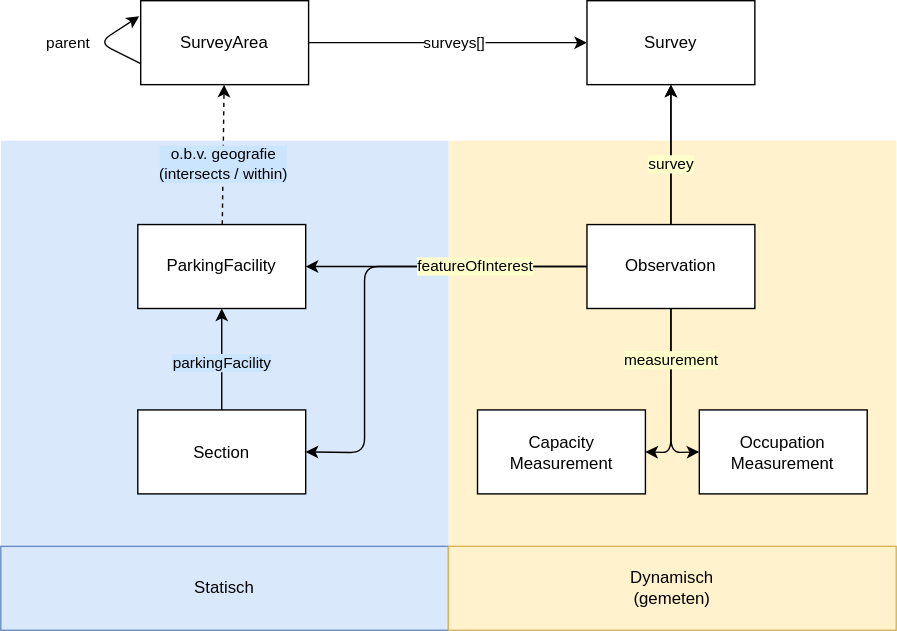
Stichting-CROW/datastandaard-fietsparkeren keeps this draw.io diagram as docs/im/assets/objecten.drawio.svg. Above is the earlier version. Source tidied: cells renumbered, new cells last; positions are measured from the earlier drawing's top-left corner, leaving out a move shared by most shapes. Its diagram source:
```xml
<mxGraphModel>
  <root>
    <mxCell id="0" />
    <mxCell id="1" parent="0" />
    <mxCell id="2" style="rounded=0;whiteSpace=wrap;html=1;labelBackgroundColor=#FFFFFF;fillColor=#fff2cc;strokeColor=none;" parent="1" vertex="1">
      <mxGeometry x="320" y="100" width="320" height="350" as="geometry" />
    </mxCell>
    <mxCell id="3" style="edgeStyle=none;html=1;labelBackgroundColor=#FFFFCC;entryX=1;entryY=0.5;entryDx=0;entryDy=0;" parent="1" edge="1" source="16" target="28">
      <mxGeometry relative="1" as="geometry">
        <Array as="points">
          <mxPoint x="479" y="323" />
        </Array>
      </mxGeometry>
    </mxCell>
    <mxCell id="4" style="rounded=0;whiteSpace=wrap;html=1;labelBackgroundColor=#FFFFFF;fillColor=#dae8fc;strokeColor=none;" parent="1" vertex="1">
      <mxGeometry y="100" width="320" height="350" as="geometry" />
    </mxCell>
    <mxCell id="5" style="edgeStyle=none;html=1;entryX=1;entryY=0.5;entryDx=0;entryDy=0;labelBackgroundColor=#FFFFCC;" parent="1" edge="1" source="16" target="22">
      <mxGeometry relative="1" as="geometry">
        <Array as="points">
          <mxPoint x="260" y="190" />
          <mxPoint x="260" y="323" />
        </Array>
      </mxGeometry>
    </mxCell>
    <mxCell id="6" value="SurveyArea" style="rounded=0;whiteSpace=wrap;html=1;" parent="1" vertex="1">
      <mxGeometry x="100" width="120" height="60" as="geometry" />
    </mxCell>
    <mxCell id="7" style="edgeStyle=none;html=1;startArrow=classic;startFill=1;endArrow=none;endFill=0;" parent="1" edge="1" source="9" target="6">
      <mxGeometry relative="1" as="geometry" />
    </mxCell>
    <mxCell id="8" value="surveys[]" style="edgeLabel;html=1;align=center;verticalAlign=middle;" parent="7" vertex="1">
      <mxGeometry x="-0.16" y="1" relative="1" as="geometry">
        <mxPoint x="-12" y="-1" as="offset" />
      </mxGeometry>
    </mxCell>
    <mxCell id="9" value="Survey" style="rounded=0;whiteSpace=wrap;html=1;" parent="1" vertex="1">
      <mxGeometry x="419" width="120" height="60" as="geometry" />
    </mxCell>
    <mxCell id="10" style="edgeStyle=none;html=1;" parent="1" edge="1" source="16" target="9">
      <mxGeometry relative="1" as="geometry" />
    </mxCell>
    <mxCell id="11" style="edgeStyle=none;html=1;" parent="1" edge="1" source="16" target="9">
      <mxGeometry relative="1" as="geometry" />
    </mxCell>
    <mxCell id="12" value="survey" style="edgeLabel;html=1;align=center;verticalAlign=middle;labelBackgroundColor=#FFFFCC;" parent="11" vertex="1">
      <mxGeometry x="-0.37" relative="1" as="geometry">
        <mxPoint y="-12" as="offset" />
      </mxGeometry>
    </mxCell>
    <mxCell id="13" style="edgeStyle=none;html=1;" parent="1" edge="1" source="16" target="19">
      <mxGeometry relative="1" as="geometry" />
    </mxCell>
    <mxCell id="14" value="featureOfInterest" style="edgeLabel;html=1;align=center;verticalAlign=middle;labelBackgroundColor=#FFFFCC;" parent="13" vertex="1">
      <mxGeometry x="-0.26" y="1" relative="1" as="geometry">
        <mxPoint x="-5" y="-1" as="offset" />
      </mxGeometry>
    </mxCell>
    <mxCell id="15" value="measurement" style="edgeStyle=none;html=1;entryX=0;entryY=0.5;entryDx=0;entryDy=0;labelBackgroundColor=#FFFFCC;" parent="1" edge="1" source="16" target="27">
      <mxGeometry x="-0.4" relative="1" as="geometry">
        <Array as="points">
          <mxPoint x="479" y="323" />
        </Array>
      </mxGeometry>
    </mxCell>
    <mxCell id="16" value="Observation" style="rounded=0;whiteSpace=wrap;html=1;" parent="1" vertex="1">
      <mxGeometry x="419" y="160" width="120" height="60" as="geometry" />
    </mxCell>
    <mxCell id="17" style="edgeStyle=none;html=1;dashed=1;" parent="1" edge="1" source="19" target="6">
      <mxGeometry relative="1" as="geometry" />
    </mxCell>
    <mxCell id="18" value="o.b.v. geografie&lt;br&gt;(intersects / within)" style="edgeLabel;html=1;align=center;verticalAlign=middle;labelBackgroundColor=#CCE5FF;" parent="17" vertex="1">
      <mxGeometry x="-0.47" y="2" relative="1" as="geometry">
        <mxPoint x="2" y="-16" as="offset" />
      </mxGeometry>
    </mxCell>
    <mxCell id="19" value="ParkingFacility" style="rounded=0;whiteSpace=wrap;html=1;" parent="1" vertex="1">
      <mxGeometry x="97.9" y="160" width="120" height="60" as="geometry" />
    </mxCell>
    <mxCell id="20" style="edgeStyle=none;html=1;" parent="1" edge="1" source="22" target="19">
      <mxGeometry relative="1" as="geometry" />
    </mxCell>
    <mxCell id="21" value="parkingFacility" style="edgeLabel;html=1;align=center;verticalAlign=middle;labelBackgroundColor=#CCE5FF;" parent="20" vertex="1">
      <mxGeometry x="-0.34" y="2" relative="1" as="geometry">
        <mxPoint x="2" y="-10" as="offset" />
      </mxGeometry>
    </mxCell>
    <mxCell id="22" value="Section" style="rounded=0;whiteSpace=wrap;html=1;" parent="1" vertex="1">
      <mxGeometry x="97.9" y="292.5" width="120" height="60" as="geometry" />
    </mxCell>
    <mxCell id="23" value="Statisch" style="text;html=1;strokeColor=#6c8ebf;fillColor=#dae8fc;align=center;verticalAlign=middle;whiteSpace=wrap;rounded=0;" parent="1" vertex="1">
      <mxGeometry y="390" width="320" height="60" as="geometry" />
    </mxCell>
    <mxCell id="24" value="Dynamisch&lt;br&gt;(gemeten)" style="text;html=1;strokeColor=#d6b656;fillColor=#fff2cc;align=center;verticalAlign=middle;whiteSpace=wrap;rounded=0;" parent="1" vertex="1">
      <mxGeometry x="320" y="390" width="320" height="60" as="geometry" />
    </mxCell>
    <mxCell id="25" style="edgeStyle=none;html=1;exitX=0;exitY=0.75;exitDx=0;exitDy=0;entryX=-0.009;entryY=0.185;entryDx=0;entryDy=0;entryPerimeter=0;" parent="1" edge="1" source="6" target="6">
      <mxGeometry relative="1" as="geometry">
        <Array as="points">
          <mxPoint x="70" y="30" />
        </Array>
      </mxGeometry>
    </mxCell>
    <mxCell id="26" value="parent" style="edgeLabel;html=1;align=center;verticalAlign=middle;" parent="25" vertex="1">
      <mxGeometry x="-0.25" y="-2" relative="1" as="geometry">
        <mxPoint x="-30" y="-2" as="offset" />
      </mxGeometry>
    </mxCell>
    <mxCell id="27" value="Occupation&lt;br&gt;Measurement" style="rounded=0;whiteSpace=wrap;html=1;" parent="1" vertex="1">
      <mxGeometry x="499.3" y="292.5" width="120" height="60" as="geometry" />
    </mxCell>
    <mxCell id="28" value="Capacity&lt;br&gt;Measurement" style="rounded=0;whiteSpace=wrap;html=1;" parent="1" vertex="1">
      <mxGeometry x="340.7" y="292.5" width="120" height="60" as="geometry" />
    </mxCell>
  </root>
</mxGraphModel>
```
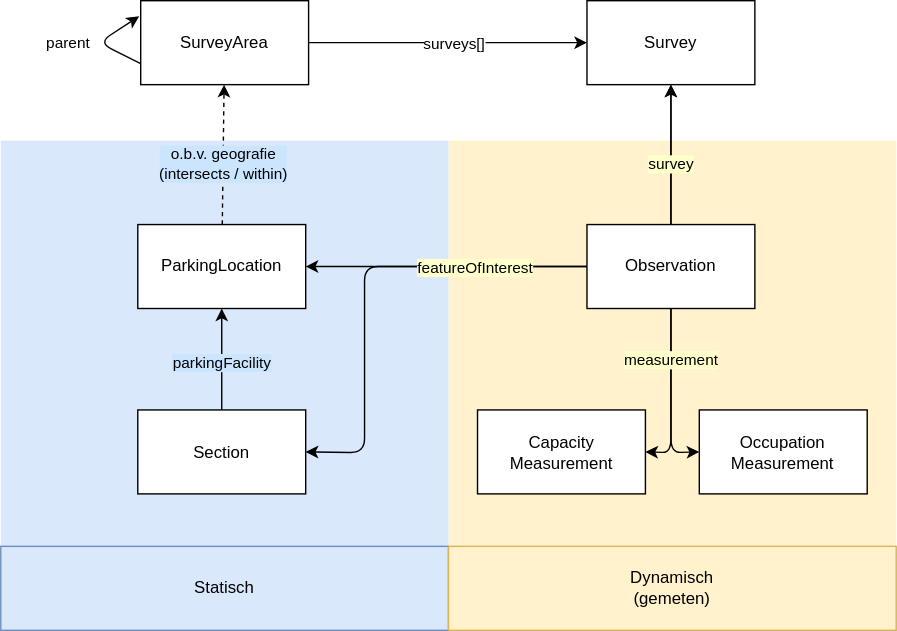
The same diagram one commit later.

Commit message:
Update nieuwe naam ParkingLocation

The edit, as a diff of the source:
```diff
@@ -74,7 +74,7 @@
         <mxPoint x="2" y="-16" as="offset" />
       </mxGeometry>
     </mxCell>
-    <mxCell id="19" value="ParkingFacility" style="rounded=0;whiteSpace=wrap;html=1;" parent="1" vertex="1">
+    <mxCell id="19" value="ParkingLocation" style="rounded=0;whiteSpace=wrap;html=1;" parent="1" vertex="1">
       <mxGeometry x="97.9" y="160" width="120" height="60" as="geometry" />
     </mxCell>
     <mxCell id="20" style="edgeStyle=none;html=1;" parent="1" edge="1" source="22" target="19">
```
